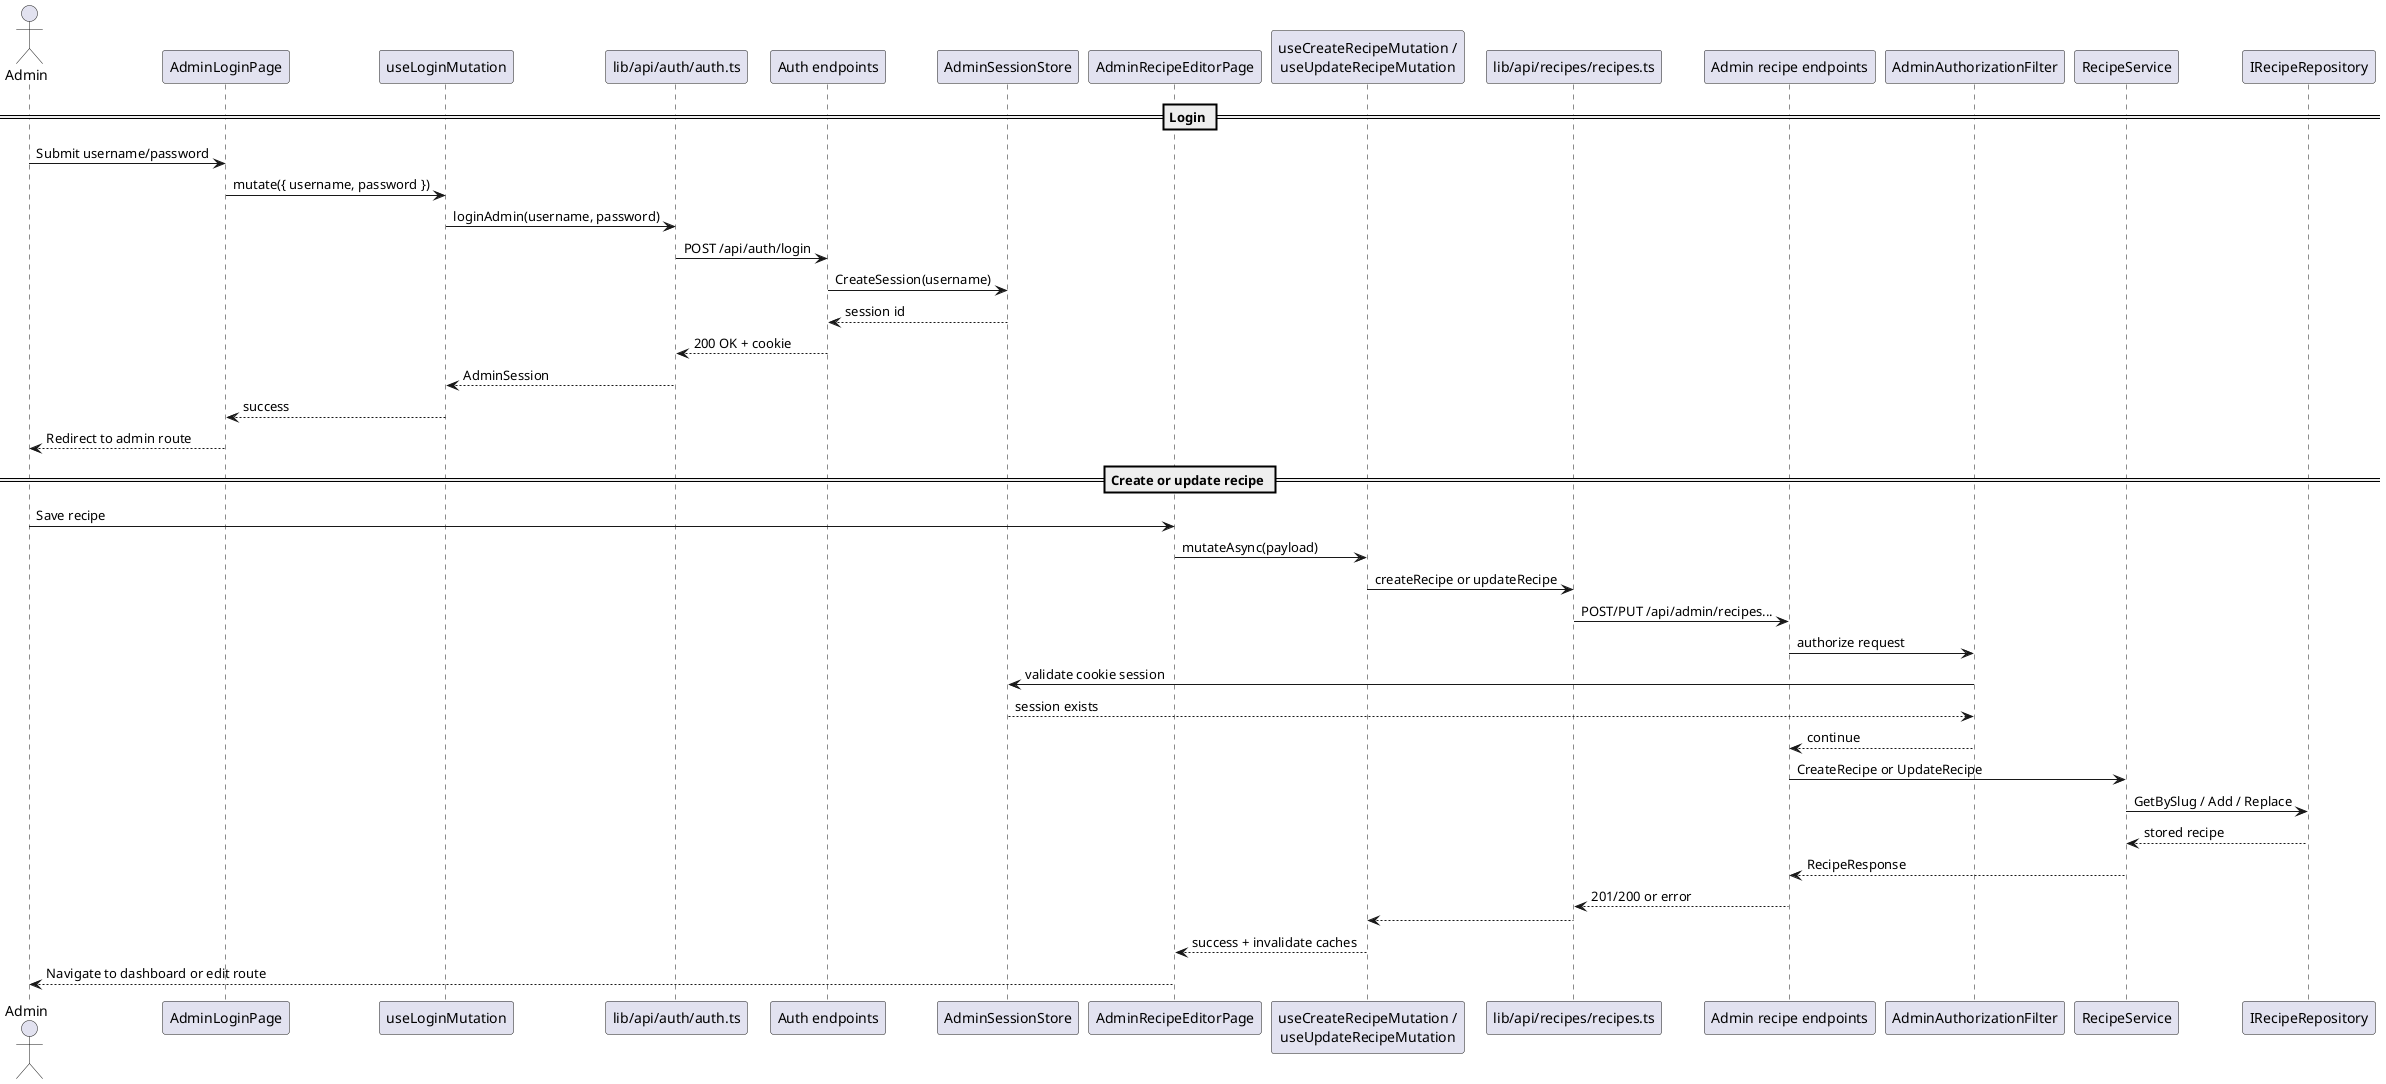
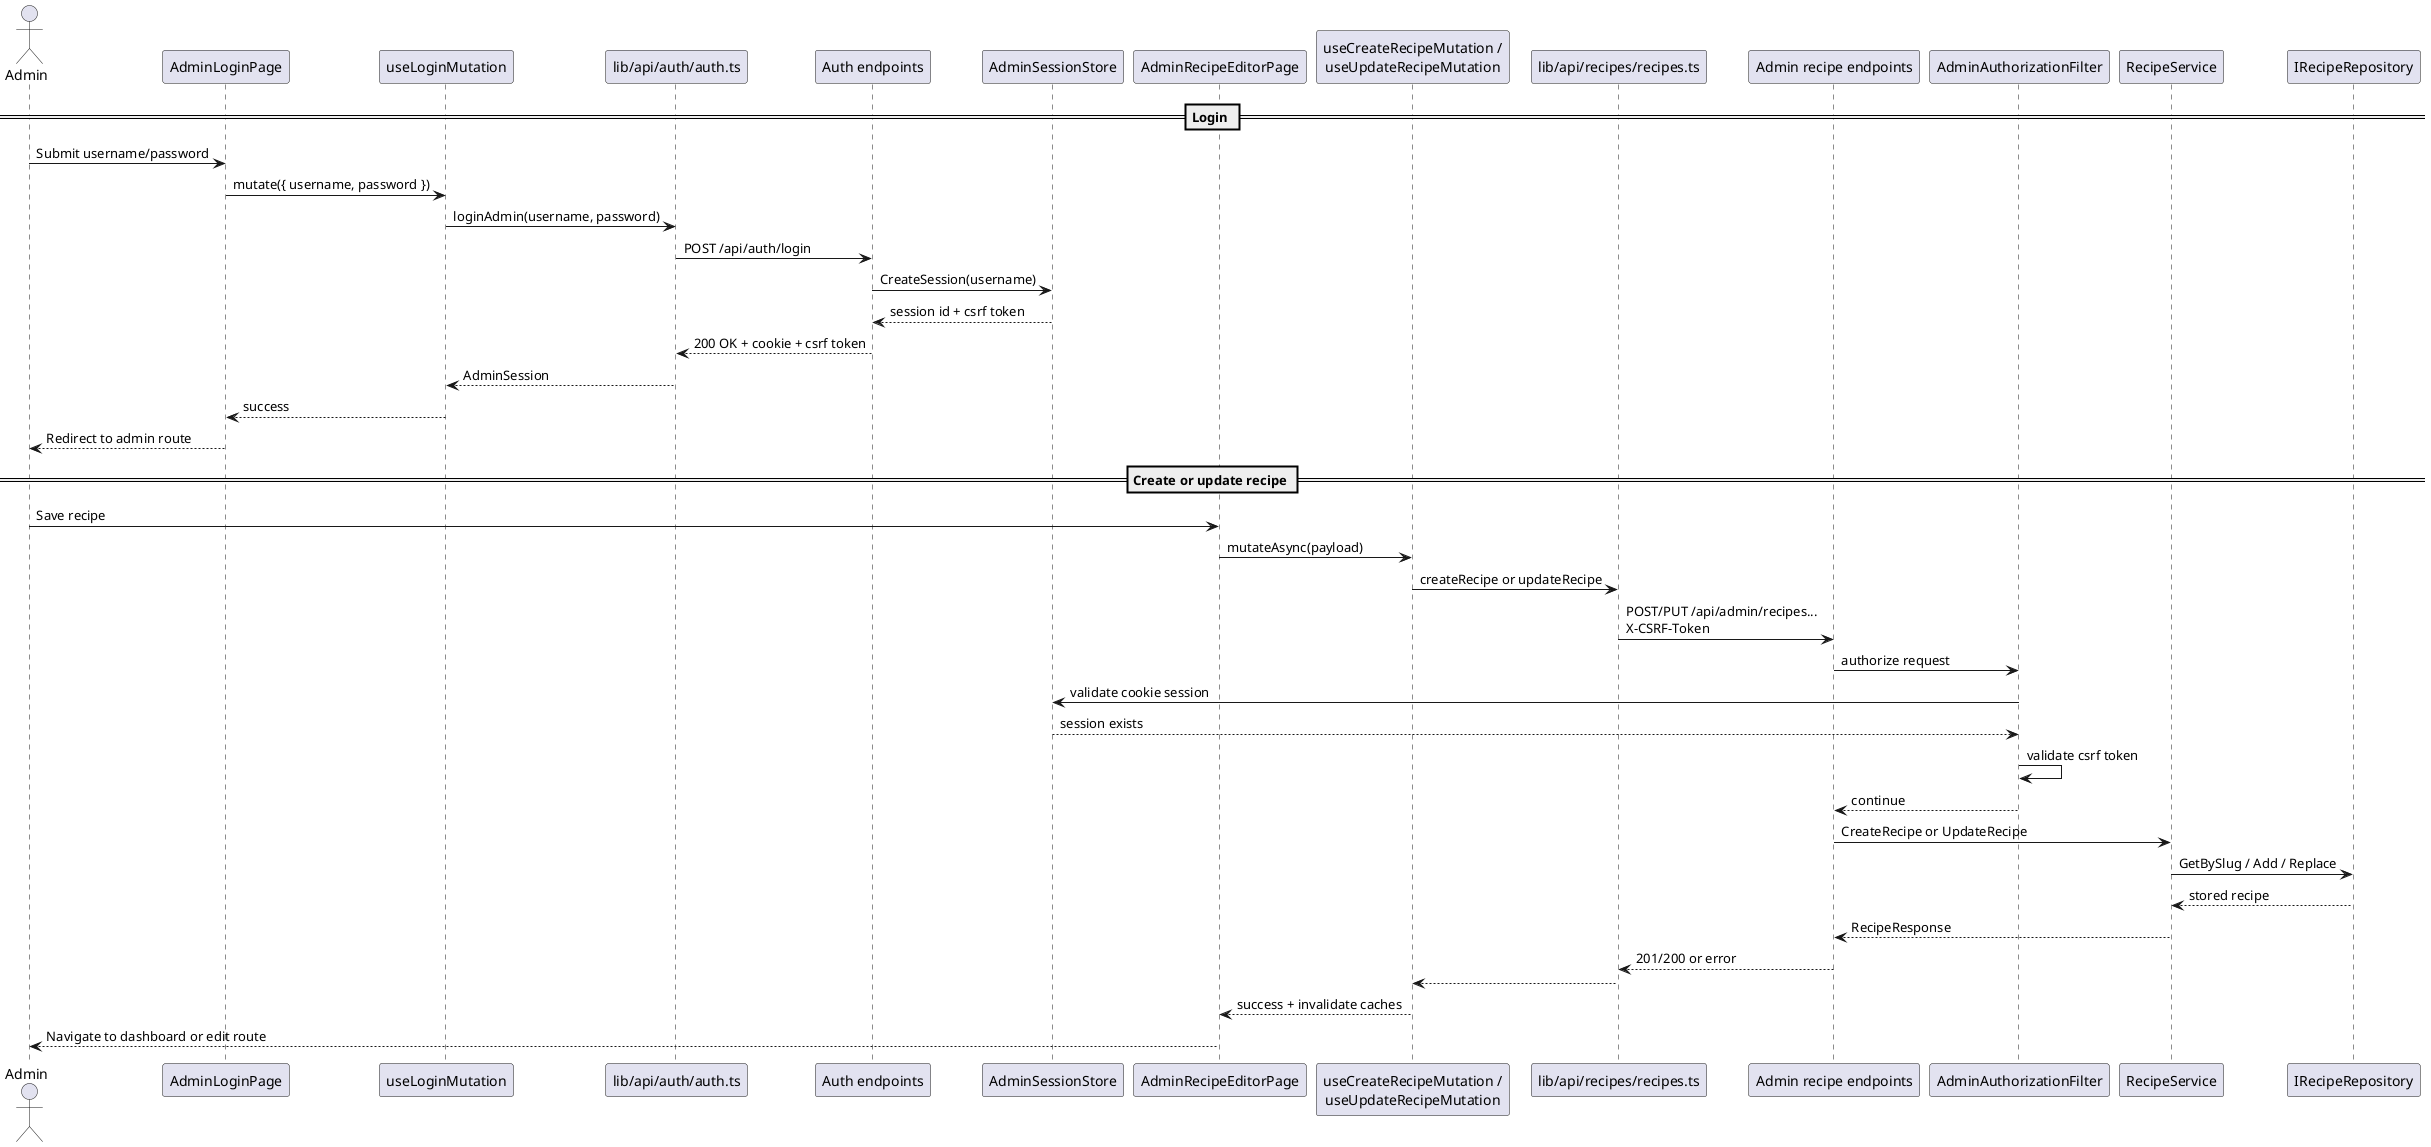
@startuml Admin login and recipe edit flow

actor "Admin" as Admin
participant "AdminLoginPage" as LoginPage
participant "useLoginMutation" as LoginHook
participant "lib/api/auth/auth.ts" as AuthApi
participant "Auth endpoints" as AuthEndpoint
participant "AdminSessionStore" as SessionStore

participant "AdminRecipeEditorPage" as EditorPage
participant "useCreateRecipeMutation /\nuseUpdateRecipeMutation" as RecipeHook
participant "lib/api/recipes/recipes.ts" as RecipeApi
participant "Admin recipe endpoints" as AdminEndpoint
participant "AdminAuthorizationFilter" as Filter
participant "RecipeService" as Service
participant "IRecipeRepository" as Repo

== Login ==
Admin -> LoginPage : Submit username/password
LoginPage -> LoginHook : mutate({ username, password })
LoginHook -> AuthApi : loginAdmin(username, password)
AuthApi -> AuthEndpoint : POST /api/auth/login
AuthEndpoint -> SessionStore : CreateSession(username)
- SessionStore --> AuthEndpoint : session id
- AuthEndpoint --> AuthApi : 200 OK + cookie
+ SessionStore --> AuthEndpoint : session id + csrf token
+ AuthEndpoint --> AuthApi : 200 OK + cookie + csrf token
AuthApi --> LoginHook : AdminSession
LoginHook --> LoginPage : success
LoginPage --> Admin : Redirect to admin route

== Create or update recipe ==
Admin -> EditorPage : Save recipe
EditorPage -> RecipeHook : mutateAsync(payload)
RecipeHook -> RecipeApi : createRecipe or updateRecipe
- RecipeApi -> AdminEndpoint : POST/PUT /api/admin/recipes...
+ RecipeApi -> AdminEndpoint : POST/PUT /api/admin/recipes...\nX-CSRF-Token
AdminEndpoint -> Filter : authorize request
Filter -> SessionStore : validate cookie session
SessionStore --> Filter : session exists
+ Filter -> Filter : validate csrf token
Filter --> AdminEndpoint : continue
AdminEndpoint -> Service : CreateRecipe or UpdateRecipe
Service -> Repo : GetBySlug / Add / Replace
Repo --> Service : stored recipe
Service --> AdminEndpoint : RecipeResponse
AdminEndpoint --> RecipeApi : 201/200 or error
RecipeApi --> RecipeHook
RecipeHook --> EditorPage : success + invalidate caches
EditorPage --> Admin : Navigate to dashboard or edit route

@enduml
